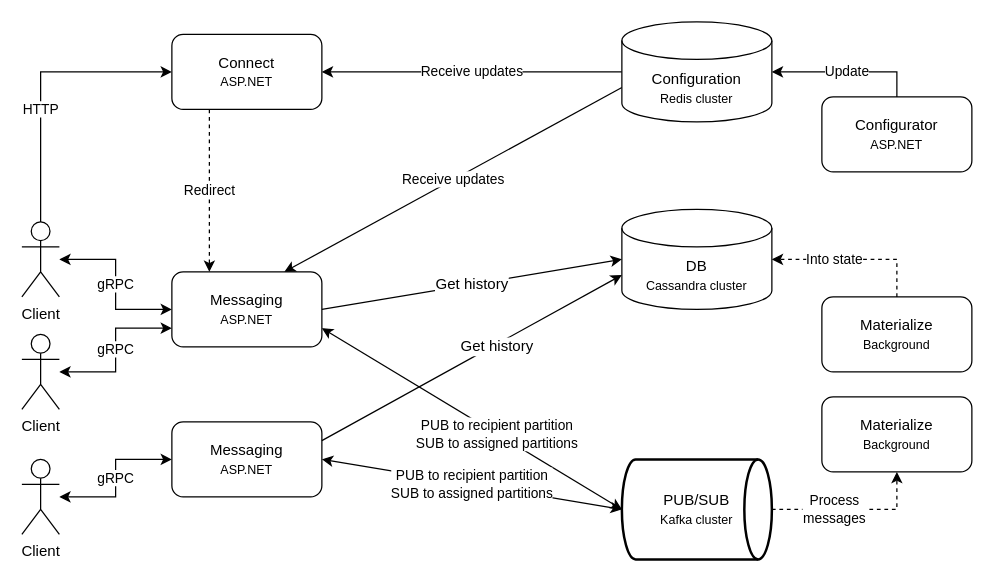
This is docs/cecochat-01-overall.drawio from cvetomir-todorov/CecoChat, a draw.io file, before an edit. Source tidied: cells renumbered, new cells numbered last; positions are measured from the earlier drawing's top-left corner, leaving out a move shared by most shapes. Both pictures are drawn from the tidied source at 125%, with x=0, y=0 at pixel (21, 21).
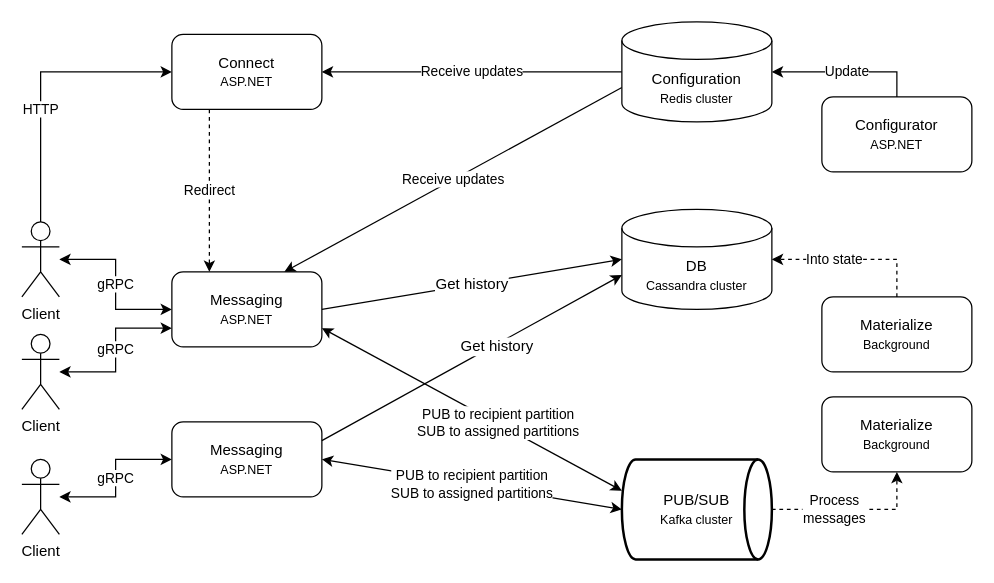
The same page after the edit.

Unchanged cells that the change refers to:
```xml
<mxCell id="10" value="&lt;font style=&quot;font-size: 12px&quot;&gt;Messaging&lt;/font&gt;&lt;br&gt;&lt;font style=&quot;font-size: 10px&quot;&gt;ASP.NET&lt;/font&gt;" style="rounded=1;whiteSpace=wrap;html=1;" parent="1" vertex="1">
  <mxGeometry x="120" y="200" width="120" height="60" as="geometry" />
</mxCell>
<mxCell id="14" value="PUB/SUB&lt;br&gt;&lt;font style=&quot;font-size: 10px&quot;&gt;Kafka cluster&lt;/font&gt;" style="strokeWidth=2;html=1;shape=mxgraph.flowchart.direct_data;whiteSpace=wrap;" parent="1" vertex="1">
  <mxGeometry x="480" y="350" width="120" height="80" as="geometry" />
</mxCell>
```

What changed in the source:
```diff
@@
-    <mxCell id="9" value="PUB to recipient partition&lt;br&gt;&lt;div&gt;SUB to assigned partitions&lt;/div&gt;" style="rounded=0;jettySize=auto;html=1;entryX=0;entryY=0.5;entryDx=0;entryDy=0;entryPerimeter=0;startArrow=classic;startFill=1;exitX=1;exitY=0.75;exitDx=0;exitDy=0;" parent="1" edge="1" source="10" target="14">
+    <mxCell id="9" value="PUB to recipient partition&lt;br&gt;&lt;div&gt;SUB to assigned partitions&lt;/div&gt;" style="rounded=0;jettySize=auto;html=1;entryX=0;entryY=0.313;entryDx=0;entryDy=0;entryPerimeter=0;startArrow=classic;startFill=1;exitX=1;exitY=0.75;exitDx=0;exitDy=0;" parent="1" edge="1" source="10" target="14">
       <mxGeometry x="0.17" relative="1" as="geometry" />
     </mxCell>
```
